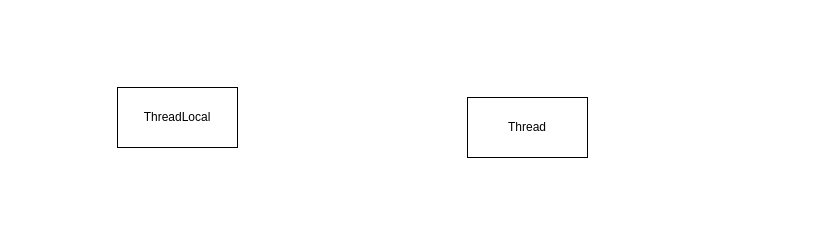
Earlier version of the draw.io diagram ThreadLocal.drawio (HoShum/drawio). Source tidied: cells renumbered, new cells numbered last; positions are measured from the earlier drawing's top-left corner, leaving out a move shared by most shapes. Both pictures are drawn from the tidied source at 100%, with x=0, y=0 at pixel (117, 87).
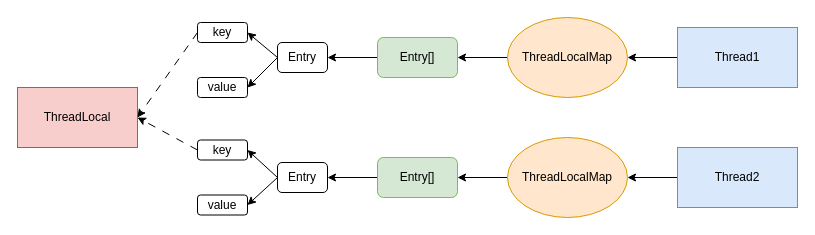
After the change.

Change to the diagram source:
```diff
@@
-    <mxCell id="2" value="ThreadLocal" style="rounded=0;whiteSpace=wrap;html=1;" parent="1" vertex="1">
-      <mxGeometry width="120" height="60" as="geometry" />
+    <mxCell id="2" value="ThreadLocal" style="rounded=0;whiteSpace=wrap;html=1;fillColor=#f8cecc;strokeColor=#b85450;" parent="1" vertex="1">
+      <mxGeometry x="-100" width="120" height="60" as="geometry" />
     </mxCell>
+    <mxCell id="4" style="edgeStyle=orthogonalEdgeStyle;rounded=0;jettySize=auto;html=1;exitX=0;exitY=0.5;exitDx=0;exitDy=0;entryX=1;entryY=0.5;entryDx=0;entryDy=0;" parent="1" edge="1" source="3" target="8">
+      <mxGeometry relative="1" as="geometry" />
+    </mxCell>
-    <mxCell id="3" value="Thread" style="rounded=0;whiteSpace=wrap;html=1;" parent="1" vertex="1">
-      <mxGeometry x="350" y="10" width="120" height="60" as="geometry" />
+    <mxCell id="3" value="Thread1" style="rounded=0;whiteSpace=wrap;html=1;fillColor=#dae8fc;strokeColor=#6c8ebf;" parent="1" vertex="1">
+      <mxGeometry x="560" y="-60" width="120" height="60" as="geometry" />
     </mxCell>
+    <mxCell id="5" style="edgeStyle=orthogonalEdgeStyle;rounded=0;jettySize=auto;html=1;exitX=0;exitY=0.5;exitDx=0;exitDy=0;entryX=1;entryY=0.5;entryDx=0;entryDy=0;" parent="1" edge="1" source="6" target="10">
+      <mxGeometry relative="1" as="geometry" />
+    </mxCell>
+    <mxCell id="6" value="Thread2" style="rounded=0;whiteSpace=wrap;html=1;fillColor=#dae8fc;strokeColor=#6c8ebf;" parent="1" vertex="1">
+      <mxGeometry x="560" y="60" width="120" height="60" as="geometry" />
+    </mxCell>
+    <mxCell id="7" style="edgeStyle=orthogonalEdgeStyle;rounded=0;jettySize=auto;html=1;exitX=0;exitY=0.5;exitDx=0;exitDy=0;entryX=1;entryY=0.5;entryDx=0;entryDy=0;" parent="1" edge="1" source="8" target="12">
+      <mxGeometry relative="1" as="geometry" />
+    </mxCell>
+    <mxCell id="8" value="ThreadLocalMap" style="ellipse;whiteSpace=wrap;html=1;fillColor=#ffe6cc;strokeColor=#d79b00;" parent="1" vertex="1">
+      <mxGeometry x="390" y="-70" width="120" height="80" as="geometry" />
+    </mxCell>
+    <mxCell id="9" style="edgeStyle=orthogonalEdgeStyle;rounded=0;jettySize=auto;html=1;exitX=0;exitY=0.5;exitDx=0;exitDy=0;entryX=1;entryY=0.5;entryDx=0;entryDy=0;" parent="1" edge="1" source="10" target="14">
+      <mxGeometry relative="1" as="geometry" />
+    </mxCell>
+    <mxCell id="10" value="ThreadLocalMap" style="ellipse;whiteSpace=wrap;html=1;fillColor=#ffe6cc;strokeColor=#d79b00;" parent="1" vertex="1">
+      <mxGeometry x="390" y="50" width="120" height="80" as="geometry" />
+    </mxCell>
+    <mxCell id="11" style="edgeStyle=orthogonalEdgeStyle;rounded=0;jettySize=auto;html=1;exitX=0;exitY=0.5;exitDx=0;exitDy=0;entryX=1;entryY=0.5;entryDx=0;entryDy=0;" parent="1" edge="1" source="12" target="17">
+      <mxGeometry relative="1" as="geometry" />
+    </mxCell>
+    <mxCell id="12" value="Entry[]" style="rounded=1;whiteSpace=wrap;html=1;fillColor=#d5e8d4;strokeColor=#82b366;" parent="1" vertex="1">
+      <mxGeometry x="260" y="-50" width="80" height="40" as="geometry" />
+    </mxCell>
+    <mxCell id="13" style="edgeStyle=orthogonalEdgeStyle;rounded=0;jettySize=auto;html=1;exitX=0;exitY=0.5;exitDx=0;exitDy=0;entryX=1;entryY=0.5;entryDx=0;entryDy=0;" parent="1" edge="1" source="14" target="20">
+      <mxGeometry relative="1" as="geometry" />
+    </mxCell>
+    <mxCell id="14" value="Entry[]" style="rounded=1;whiteSpace=wrap;html=1;fillColor=#d5e8d4;strokeColor=#82b366;" parent="1" vertex="1">
+      <mxGeometry x="260" y="70" width="80" height="40" as="geometry" />
+    </mxCell>
+    <mxCell id="15" style="rounded=0;jettySize=auto;html=1;exitX=0;exitY=0.5;exitDx=0;exitDy=0;entryX=1;entryY=0.5;entryDx=0;entryDy=0;" parent="1" edge="1" source="17" target="22">
+      <mxGeometry relative="1" as="geometry" />
+    </mxCell>
+    <mxCell id="16" style="rounded=0;jettySize=auto;html=1;exitX=0;exitY=0.5;exitDx=0;exitDy=0;entryX=1;entryY=0.5;entryDx=0;entryDy=0;" parent="1" edge="1" source="17" target="23">
+      <mxGeometry relative="1" as="geometry" />
+    </mxCell>
+    <mxCell id="17" value="Entry" style="rounded=1;whiteSpace=wrap;html=1;" parent="1" vertex="1">
+      <mxGeometry x="160" y="-45" width="50" height="30" as="geometry" />
+    </mxCell>
+    <mxCell id="18" style="rounded=0;jettySize=auto;html=1;exitX=0;exitY=0.5;exitDx=0;exitDy=0;entryX=1;entryY=0.5;entryDx=0;entryDy=0;" parent="1" edge="1" source="20" target="25">
+      <mxGeometry relative="1" as="geometry" />
+    </mxCell>
+    <mxCell id="19" style="rounded=0;jettySize=auto;html=1;exitX=0;exitY=0.5;exitDx=0;exitDy=0;entryX=1;entryY=0.5;entryDx=0;entryDy=0;" parent="1" edge="1" source="20" target="26">
+      <mxGeometry relative="1" as="geometry" />
+    </mxCell>
+    <mxCell id="20" value="Entry" style="rounded=1;whiteSpace=wrap;html=1;" parent="1" vertex="1">
+      <mxGeometry x="160" y="75" width="50" height="30" as="geometry" />
+    </mxCell>
+    <mxCell id="21" style="rounded=0;jettySize=auto;html=1;exitX=0;exitY=0.5;exitDx=0;exitDy=0;entryX=1;entryY=0.5;entryDx=0;entryDy=0;dashed=1;dashPattern=8 8;" parent="1" edge="1" source="22" target="2">
+      <mxGeometry relative="1" as="geometry" />
+    </mxCell>
+    <mxCell id="22" value="key" style="rounded=1;whiteSpace=wrap;html=1;" parent="1" vertex="1">
+      <mxGeometry x="80" y="-65" width="50" height="20" as="geometry" />
+    </mxCell>
+    <mxCell id="23" value="value" style="rounded=1;whiteSpace=wrap;html=1;" parent="1" vertex="1">
+      <mxGeometry x="80" y="-10" width="50" height="20" as="geometry" />
+    </mxCell>
+    <mxCell id="24" style="rounded=0;jettySize=auto;html=1;exitX=0;exitY=0.5;exitDx=0;exitDy=0;entryX=1;entryY=0.5;entryDx=0;entryDy=0;dashed=1;dashPattern=8 8;" parent="1" edge="1" source="25" target="2">
+      <mxGeometry relative="1" as="geometry" />
+    </mxCell>
+    <mxCell id="25" value="key" style="rounded=1;whiteSpace=wrap;html=1;" parent="1" vertex="1">
+      <mxGeometry x="80" y="52.5" width="50" height="20" as="geometry" />
+    </mxCell>
+    <mxCell id="26" value="value" style="rounded=1;whiteSpace=wrap;html=1;" parent="1" vertex="1">
+      <mxGeometry x="80" y="107.5" width="50" height="20" as="geometry" />
+    </mxCell>
```
